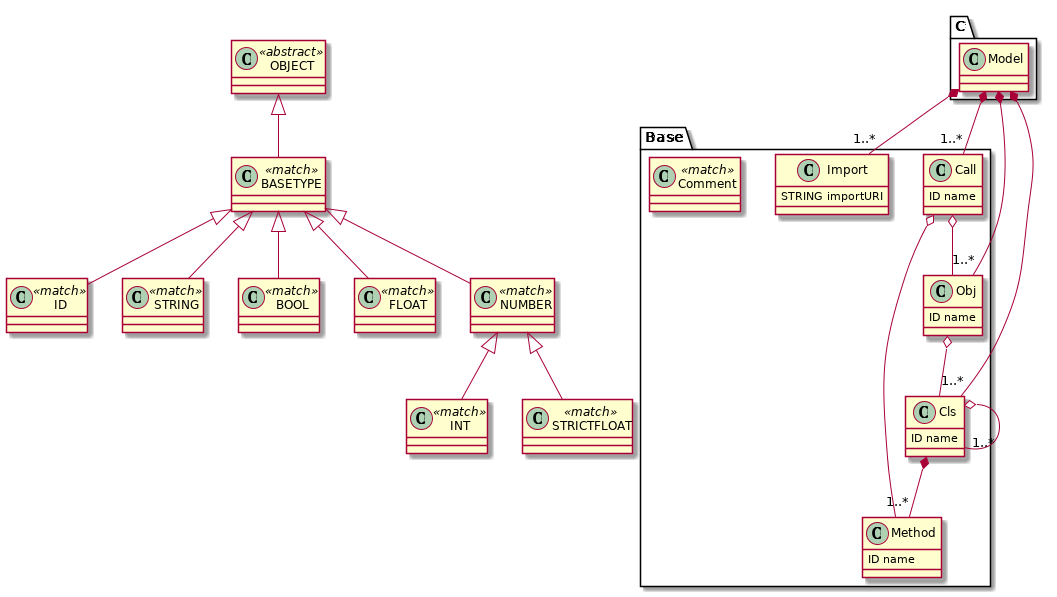
Above: examples/render_all_grammars/pu/tests_functional_test_scoping_metamodel_provider3_C.png in textX/textX (PlantUML), before the change. Its diagram source:
```plantuml
@startuml
            set namespaceSeparator .
        C.Model *-- "1..*" Base.Import
C.Model *-- "1..*" Base.Cls
C.Model *-- "1..*" Base.Obj
C.Model *-- "1..*" Base.Call
class C.Model  {
}


class ID <<match>> {
}


class STRING <<match>> {
}


class BOOL <<match>> {
}


class INT <<match>> {
}


class FLOAT <<match>> {
}


class STRICTFLOAT <<match>> {
}


class NUMBER <<match>> {
}

NUMBER <|-- STRICTFLOAT
NUMBER <|-- INT

class BASETYPE <<match>> {
}

BASETYPE <|-- NUMBER
BASETYPE <|-- FLOAT
BASETYPE <|-- BOOL
BASETYPE <|-- ID
BASETYPE <|-- STRING

class OBJECT <<abstract>> {
}

OBJECT <|-- BASETYPE

Base.Cls o-- "1..*" Base.Cls
Base.Cls *-- "1..*" Base.Method
class Base.Cls  {
ID name
}


class Base.Method  {
ID name
}


Base.Obj o-- Base.Cls
class Base.Obj  {
ID name
}


Base.Call o-- Base.Obj
Base.Call o-- Base.Method
class Base.Call  {
ID name
}


class Base.Import  {
STRING importURI
}


class Base.Comment <<match>> {
}


@enduml
```
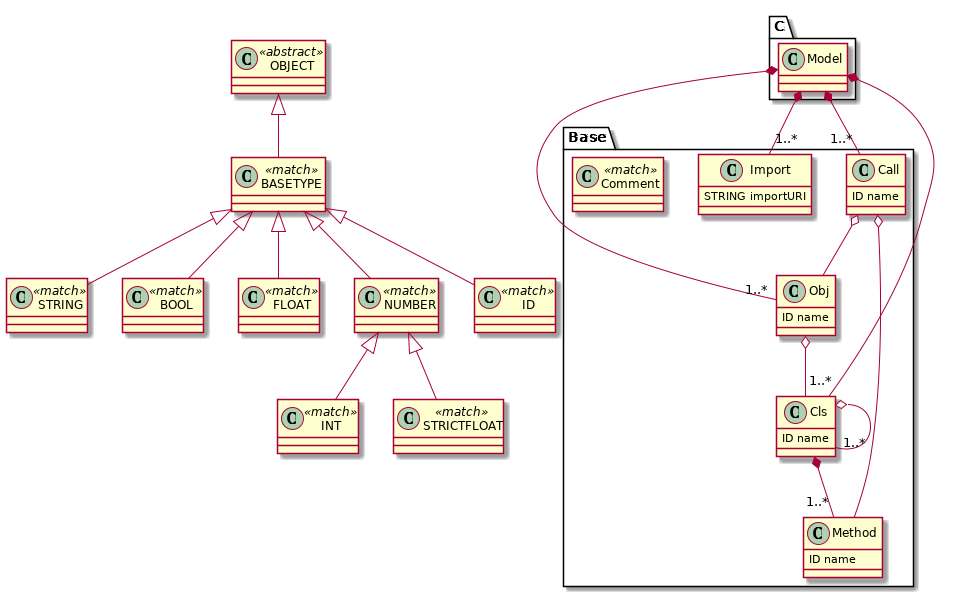
After the commit.

Change to the diagram source:
```diff
@@ -1,9 +1,7 @@
 @startuml
-            set namespaceSeparator .
-        C.Model *-- "1..*" Base.Import
-C.Model *-- "1..*" Base.Cls
-C.Model *-- "1..*" Base.Obj
-C.Model *-- "1..*" Base.Call
+set namespaceSeparator .
+
+
 class C.Model  {
 }
 
@@ -35,50 +33,37 @@
 class NUMBER <<match>> {
 }
 
-NUMBER <|-- STRICTFLOAT
-NUMBER <|-- INT
 
 class BASETYPE <<match>> {
 }
 
-BASETYPE <|-- NUMBER
-BASETYPE <|-- FLOAT
-BASETYPE <|-- BOOL
-BASETYPE <|-- ID
-BASETYPE <|-- STRING
 
 class OBJECT <<abstract>> {
 }
 
-OBJECT <|-- BASETYPE
 
-Base.Cls o-- "1..*" Base.Cls
-Base.Cls *-- "1..*" Base.Method
 class Base.Cls  {
-ID name
+  ID name
 }
 
 
 class Base.Method  {
-ID name
+  ID name
 }
 
 
-Base.Obj o-- Base.Cls
 class Base.Obj  {
-ID name
+  ID name
 }
 
 
-Base.Call o-- Base.Obj
-Base.Call o-- Base.Method
 class Base.Call  {
-ID name
+  ID name
 }
 
 
 class Base.Import  {
-STRING importURI
+  STRING importURI
 }
 
 
@@ -86,4 +71,21 @@
 }
 
 
+C.Model *-- "1..*" Base.Import
+C.Model *-- "1..*" Base.Cls
+C.Model *-- "1..*" Base.Obj
+C.Model *-- "1..*" Base.Call
+NUMBER <|-- STRICTFLOAT
+NUMBER <|-- INT
+BASETYPE <|-- NUMBER
+BASETYPE <|-- FLOAT
+BASETYPE <|-- BOOL
+BASETYPE <|-- ID
+BASETYPE <|-- STRING
+OBJECT <|-- BASETYPE
+Base.Cls o-- "1..*" Base.Cls
+Base.Cls *-- "1..*" Base.Method
+Base.Obj o-- Base.Cls
+Base.Call o-- Base.Obj
+Base.Call o-- Base.Method
 @enduml
```
